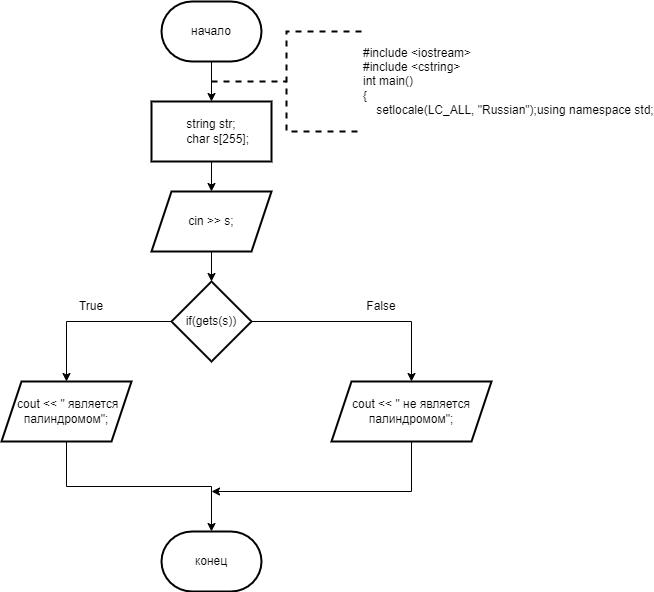
This is Sem_2/Labs/LAB_6/LAB_6.drawio.png from ksinph/PSTU_LABS_2023, a draw.io export, as it was before one commit. Source tidied: cells renumbered, new cells last; positions are measured from the earlier drawing's top-left corner, leaving out a move shared by most shapes.
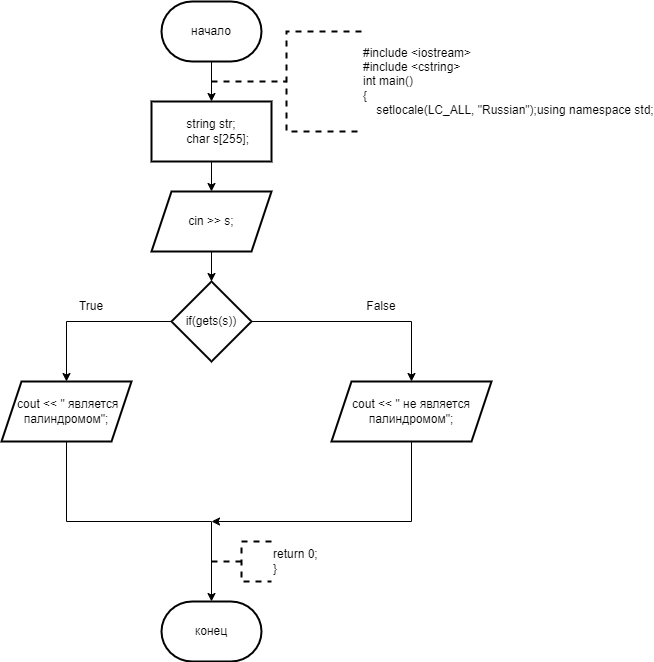
Later version of the same file.

Change to the diagram source:
```diff
@@ -37,9 +37,10 @@
     </mxCell>
     <mxCell id="13" style="edgeStyle=orthogonalEdgeStyle;rounded=0;jettySize=auto;html=1;exitX=0.5;exitY=1;exitDx=0;exitDy=0;" parent="1" edge="1" source="14">
       <mxGeometry relative="1" as="geometry">
-        <mxPoint x="210" y="490" as="targetPoint" />
+        <mxPoint x="210" y="520" as="targetPoint" />
         <Array as="points">
-          <mxPoint x="410" y="490" />
+          <mxPoint x="410" y="520" />
+          <mxPoint x="210" y="520" />
         </Array>
       </mxGeometry>
     </mxCell>
@@ -53,10 +54,13 @@
       <mxGeometry x="350" y="290" width="60" height="30" as="geometry" />
     </mxCell>
     <mxCell id="17" value="конец" style="strokeWidth=2;html=1;shape=mxgraph.flowchart.terminator;whiteSpace=wrap;" parent="1" vertex="1">
-      <mxGeometry x="160" y="530" width="100" height="60" as="geometry" />
+      <mxGeometry x="160" y="600" width="100" height="60" as="geometry" />
     </mxCell>
     <mxCell id="18" value="&lt;div&gt;#include &amp;lt;iostream&amp;gt;&lt;/div&gt;&lt;div&gt;#include &amp;lt;cstring&amp;gt;&lt;/div&gt;&lt;div&gt;int main()&lt;/div&gt;&lt;div&gt;{&lt;/div&gt;&lt;div&gt;&amp;nbsp; &amp;nbsp; setlocale(LC_ALL, &quot;Russian&quot;);using namespace std;&lt;/div&gt;" style="strokeWidth=2;html=1;shape=mxgraph.flowchart.annotation_2;align=left;labelPosition=right;dashed=1;" parent="1" vertex="1">
       <mxGeometry x="210" y="30" width="150" height="100" as="geometry" />
     </mxCell>
+    <mxCell id="19" value="&lt;div&gt;return 0;&lt;/div&gt;&lt;div&gt;}&lt;/div&gt;" style="strokeWidth=2;html=1;shape=mxgraph.flowchart.annotation_2;align=left;labelPosition=right;dashed=1;" parent="1" vertex="1">
+      <mxGeometry x="210" y="540" width="60" height="40" as="geometry" />
+    </mxCell>
   </root>
 </mxGraphModel>
```
